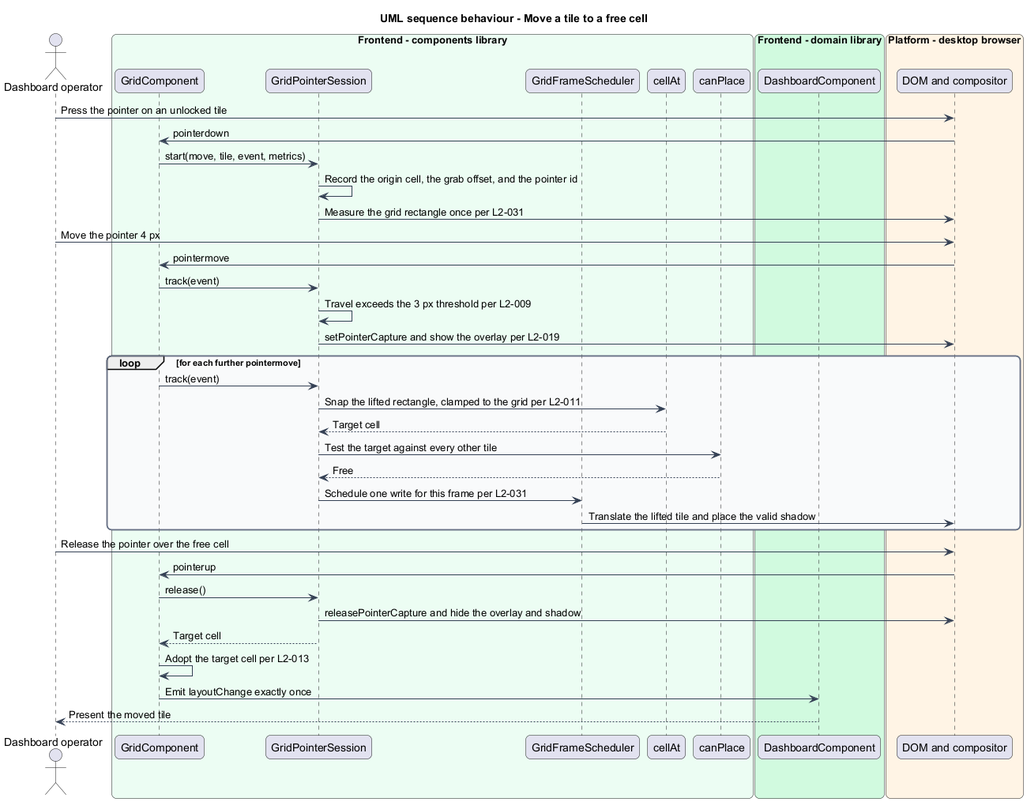
Earlier version of the PlantUML export docs/detailed-designs/tile-interaction/move-a-tile/diagrams/sequence-move-commit.png (QuinntyneBrown/qbc-grid). Its diagram source:
```plantuml
@startuml
title UML sequence behaviour - Move a tile to a free cell
skinparam backgroundColor #FFFFFF
skinparam shadowing false
skinparam roundcorner 12
skinparam defaultFontName Arial
skinparam ArrowColor #344054
skinparam rectangle {
  BorderColor #344054
  FontColor #101828
}
skinparam package {
  BorderColor #667085
  FontColor #101828
  BackgroundColor #F9FAFB
}
actor "Dashboard operator" as actor
box "Frontend - components library" #ECFDF3
  participant "GridComponent" as grid
  participant "GridPointerSession" as session
  participant "GridFrameScheduler" as scheduler
  participant "cellAt" as cellat
  participant "canPlace" as canplace
end box
box "Frontend - domain library" #D1FADF
  participant "DashboardComponent" as dashboard
end box
box "Platform - desktop browser" #FFF4E5
  participant "DOM and compositor" as dom
end box

actor -> dom : Press the pointer on an unlocked tile
dom -> grid : pointerdown
grid -> session : start(move, tile, event, metrics)
session -> session : Record the origin cell, the grab offset, and the pointer id
session -> dom : Measure the grid rectangle once per L2-031
actor -> dom : Move the pointer 4 px
dom -> grid : pointermove
grid -> session : track(event)
session -> session : Travel exceeds the 3 px threshold per L2-009
session -> dom : setPointerCapture and show the overlay per L2-019
loop for each further pointermove
  grid -> session : track(event)
  session -> cellat : Snap the lifted rectangle, clamped to the grid per L2-011
  cellat --> session : Target cell
  session -> canplace : Test the target against every other tile
  canplace --> session : Free
  session -> scheduler : Schedule one write for this frame per L2-031
  scheduler -> dom : Translate the lifted tile and place the valid shadow
end
actor -> dom : Release the pointer over the free cell
dom -> grid : pointerup
grid -> session : release()
session -> dom : releasePointerCapture and hide the overlay and shadow
session --> grid : Target cell
grid -> grid : Adopt the target cell per L2-013
grid -> dashboard : Emit layoutChange exactly once
dashboard --> actor : Present the moved tile
@enduml
```
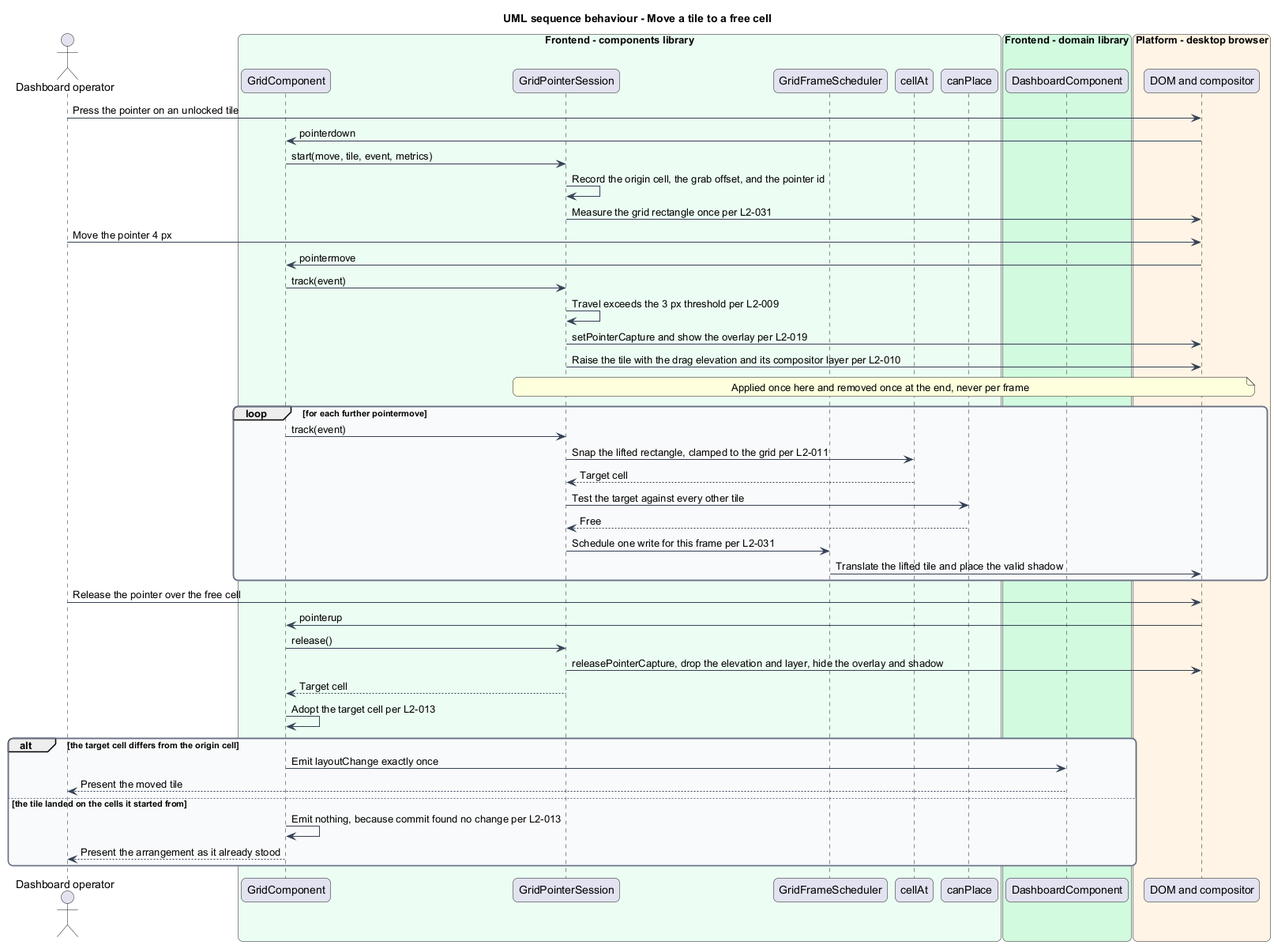
After the commit.

Commit message:
docs: finish the diagram sweep, and guard requirement coverage

The edit, as a diff of the source:
```diff
@@ -39,6 +39,8 @@
 grid -> session : track(event)
 session -> session : Travel exceeds the 3 px threshold per L2-009
 session -> dom : setPointerCapture and show the overlay per L2-019
+session -> dom : Raise the tile with the drag elevation and its compositor layer per L2-010
+note over session, dom : Applied once here and removed once at the end, never per frame
 loop for each further pointermove
   grid -> session : track(event)
   session -> cellat : Snap the lifted rectangle, clamped to the grid per L2-011
@@ -51,9 +53,14 @@
 actor -> dom : Release the pointer over the free cell
 dom -> grid : pointerup
 grid -> session : release()
-session -> dom : releasePointerCapture and hide the overlay and shadow
+session -> dom : releasePointerCapture, drop the elevation and layer, hide the overlay and shadow
 session --> grid : Target cell
 grid -> grid : Adopt the target cell per L2-013
-grid -> dashboard : Emit layoutChange exactly once
-dashboard --> actor : Present the moved tile
+alt the target cell differs from the origin cell
+  grid -> dashboard : Emit layoutChange exactly once
+  dashboard --> actor : Present the moved tile
+else the tile landed on the cells it started from
+  grid -> grid : Emit nothing, because commit found no change per L2-013
+  grid --> actor : Present the arrangement as it already stood
+end
 @enduml
```
